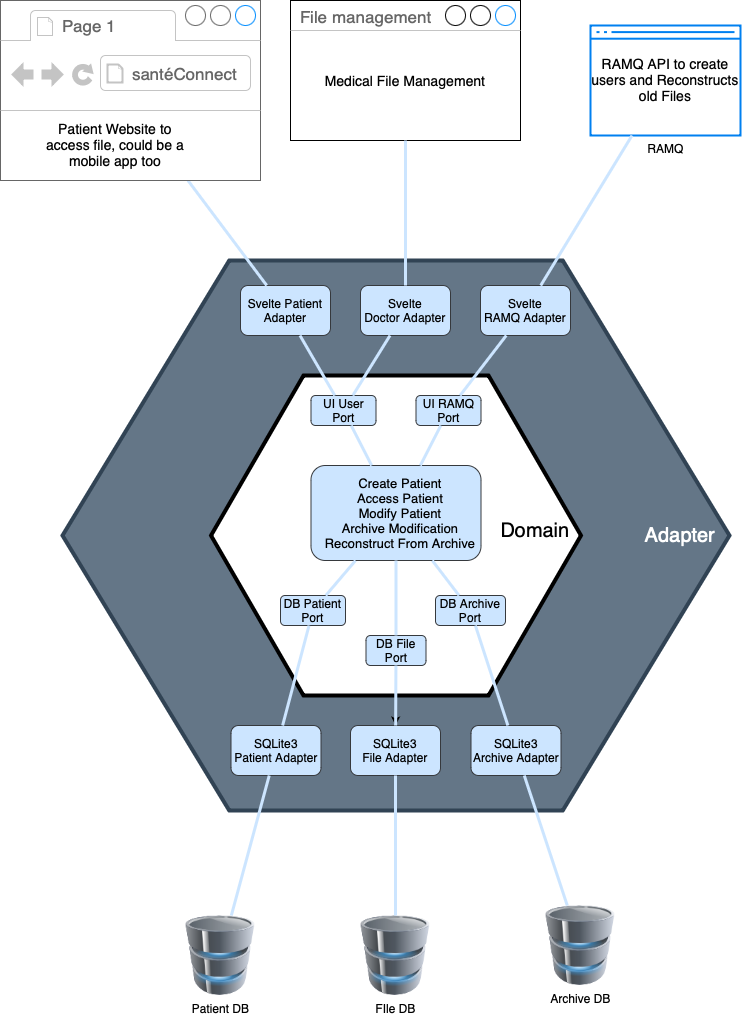
Earlier version of the draw.io export misc/images/system-architecture.png (KevenJAntenor/Quebec-Centralized-Medical-Record-System). Source tidied: cells renumbered, new cells last; positions are measured from the earlier drawing's top-left corner, leaving out a move shared by most shapes. Its diagram source:
```xml
<mxGraphModel>
  <root>
    <mxCell id="0" />
    <mxCell id="1" parent="0" />
    <mxCell id="2" style="shape=hexagon;strokeWidth=4;html=1;fillColor=#647687;strokeColor=#314354;shadow=0;fontSize=10;fontColor=#ffffff;align=center;fontStyle=0;whiteSpace=wrap;spacing=10;rounded=0;" parent="1" vertex="1">
      <mxGeometry x="62" y="260" width="667" height="550" as="geometry" />
    </mxCell>
    <mxCell id="3" style="shape=hexagon;strokeWidth=4;html=1;shadow=0;fontSize=10;align=center;fontStyle=0;whiteSpace=wrap;spacing=10;rounded=0;" parent="1" vertex="1">
      <mxGeometry x="210.5" y="375" width="370" height="320" as="geometry" />
    </mxCell>
    <mxCell id="4" value="Adapter" style="text;html=1;align=center;verticalAlign=middle;whiteSpace=wrap;rounded=0;fontSize=20;fontColor=#FFFFFF;" parent="1" vertex="1">
      <mxGeometry x="650" y="520" width="60" height="30" as="geometry" />
    </mxCell>
    <mxCell id="5" value="Domain" style="text;html=1;align=center;verticalAlign=middle;whiteSpace=wrap;rounded=0;fontSize=20;fontColor=#000000;" parent="1" vertex="1">
      <mxGeometry x="505" y="515" width="60" height="30" as="geometry" />
    </mxCell>
    <mxCell id="6" value="RAMQ" style="html=1;verticalLabelPosition=bottom;align=center;labelBackgroundColor=#ffffff;verticalAlign=top;strokeWidth=2;strokeColor=#0080F0;shadow=0;dashed=0;shape=mxgraph.ios7.icons.window;" parent="1" vertex="1">
      <mxGeometry x="590" y="25" width="150" height="110" as="geometry" />
    </mxCell>
    <mxCell id="7" value="File management" style="strokeWidth=1;shadow=0;dashed=0;align=center;html=1;shape=mxgraph.mockup.containers.window;align=left;verticalAlign=top;spacingLeft=8;strokeColor2=#008cff;strokeColor3=#c4c4c4;fontColor=#666666;mainText=;fontSize=17;labelBackgroundColor=none;whiteSpace=wrap;" parent="1" vertex="1">
      <mxGeometry x="290" width="230" height="140" as="geometry" />
    </mxCell>
    <mxCell id="8" value="Svelte Patient Adapter" style="rounded=1;whiteSpace=wrap;html=1;fillColor=#cce5ff;strokeColor=#36393d;" parent="1" vertex="1">
      <mxGeometry x="240" y="285" width="90" height="50" as="geometry" />
    </mxCell>
    <mxCell id="9" style="endArrow=none;html=1;rounded=0;strokeWidth=3;strokeColor=#CCE5FF;" parent="1" edge="1" source="8" target="17">
      <mxGeometry relative="1" as="geometry" />
    </mxCell>
    <mxCell id="10" value="Svelte Doctor&amp;nbsp;&lt;span style=&quot;font-size: 12px;&quot;&gt;Adapter&lt;/span&gt;" style="rounded=1;whiteSpace=wrap;html=1;fillColor=#cce5ff;strokeColor=#36393d;" parent="1" vertex="1">
      <mxGeometry x="360" y="285" width="90" height="50" as="geometry" />
    </mxCell>
    <mxCell id="11" style="endArrow=none;html=1;rounded=0;strokeWidth=3;strokeColor=#CCE5FF;" parent="1" edge="1" source="10" target="7">
      <mxGeometry relative="1" as="geometry" />
    </mxCell>
    <mxCell id="12" value="Svelte RAMQ&amp;nbsp;&lt;span style=&quot;font-size: 12px;&quot;&gt;Adapter&lt;/span&gt;" style="rounded=1;whiteSpace=wrap;html=1;fillColor=#cce5ff;strokeColor=#36393d;" parent="1" vertex="1">
      <mxGeometry x="480" y="285" width="90" height="50" as="geometry" />
    </mxCell>
    <mxCell id="13" style="endArrow=none;html=1;rounded=0;strokeWidth=3;strokeColor=#CCE5FF;" parent="1" edge="1" source="12" target="6">
      <mxGeometry relative="1" as="geometry" />
    </mxCell>
    <mxCell id="14" value="SQLite3 Patient&amp;nbsp;&lt;span style=&quot;font-size: 12px;&quot;&gt;Adapter&lt;/span&gt;" style="rounded=1;whiteSpace=wrap;html=1;fillColor=#cce5ff;strokeColor=#36393d;" parent="1" vertex="1">
      <mxGeometry x="230.5" y="725" width="90" height="50" as="geometry" />
    </mxCell>
    <mxCell id="15" value="SQLite3 File&amp;nbsp;&lt;span style=&quot;font-size: 12px;&quot;&gt;Adapter&lt;/span&gt;" style="rounded=1;whiteSpace=wrap;html=1;fillColor=#cce5ff;strokeColor=#36393d;" parent="1" vertex="1">
      <mxGeometry x="350" y="725" width="90" height="50" as="geometry" />
    </mxCell>
    <mxCell id="16" value="SQLite3 Archive&amp;nbsp;&lt;span style=&quot;font-size: 12px;&quot;&gt;Adapter&lt;/span&gt;" style="rounded=1;whiteSpace=wrap;html=1;fillColor=#cce5ff;strokeColor=#36393d;" parent="1" vertex="1">
      <mxGeometry x="470.5" y="725" width="90" height="50" as="geometry" />
    </mxCell>
    <mxCell id="17" style="strokeWidth=1;shadow=0;dashed=0;align=center;html=1;shape=mxgraph.mockup.containers.browserWindow;rSize=0;strokeColor=#666666;strokeColor2=#008cff;strokeColor3=#c4c4c4;mainText=,;" parent="1" vertex="1">
      <mxGeometry width="240" height="180" as="geometry" />
    </mxCell>
    <mxCell id="18" value="Page 1" style="strokeWidth=1;shadow=0;dashed=0;align=center;html=1;shape=mxgraph.mockup.containers.anchor;fontSize=17;fontColor=#666666;align=left;whiteSpace=wrap;" parent="17" vertex="1">
      <mxGeometry x="60" y="12" width="110" height="26" as="geometry" />
    </mxCell>
    <mxCell id="19" value="santéConnect" style="strokeWidth=1;shadow=0;dashed=0;align=center;html=1;shape=mxgraph.mockup.containers.anchor;rSize=0;fontSize=17;fontColor=#666666;align=left;" parent="17" vertex="1">
      <mxGeometry x="130" y="60" width="250" height="26" as="geometry" />
    </mxCell>
    <mxCell id="20" value="Patient Website to access file, could be a mobile app too" style="text;html=1;align=center;verticalAlign=middle;whiteSpace=wrap;rounded=0;fontSize=14;" parent="17" vertex="1">
      <mxGeometry x="40.1" y="107.5" width="149.8" height="72.5" as="geometry" />
    </mxCell>
    <mxCell id="21" value="Patient DB" style="image;html=1;image=img/lib/clip_art/computers/Database_128x128.png;" parent="1" vertex="1">
      <mxGeometry x="180" y="915" width="80" height="80" as="geometry" />
    </mxCell>
    <mxCell id="22" value="FIle DB" style="image;html=1;image=img/lib/clip_art/computers/Database_128x128.png;" parent="1" vertex="1">
      <mxGeometry x="355" y="915" width="80" height="80" as="geometry" />
    </mxCell>
    <mxCell id="23" value="Archive DB" style="image;html=1;image=img/lib/clip_art/computers/Database_128x128.png;" parent="1" vertex="1">
      <mxGeometry x="540" y="905" width="80" height="80" as="geometry" />
    </mxCell>
    <mxCell id="24" style="endArrow=none;html=1;rounded=0;strokeWidth=3;strokeColor=#CCE5FF;" parent="1" edge="1" source="21" target="14">
      <mxGeometry relative="1" as="geometry" />
    </mxCell>
    <mxCell id="25" style="endArrow=none;html=1;rounded=0;strokeWidth=3;strokeColor=#CCE5FF;" parent="1" edge="1" source="22" target="15">
      <mxGeometry relative="1" as="geometry" />
    </mxCell>
    <mxCell id="26" style="endArrow=none;html=1;rounded=0;strokeWidth=3;strokeColor=#CCE5FF;" parent="1" edge="1" source="23" target="16">
      <mxGeometry relative="1" as="geometry" />
    </mxCell>
    <mxCell id="27" value="DB Patient Port" style="rounded=1;whiteSpace=wrap;html=1;fillColor=#cce5ff;strokeColor=#36393d;" parent="1" vertex="1">
      <mxGeometry x="280" y="595" width="65" height="30" as="geometry" />
    </mxCell>
    <mxCell id="28" style="edgeStyle=orthogonalEdgeStyle;rounded=0;jettySize=auto;html=1;" parent="1" edge="1" source="29" target="15">
      <mxGeometry relative="1" as="geometry" />
    </mxCell>
    <mxCell id="29" value="DB File Port" style="rounded=1;whiteSpace=wrap;html=1;fillColor=#cce5ff;strokeColor=#36393d;" parent="1" vertex="1">
      <mxGeometry x="365.5" y="635" width="60" height="30" as="geometry" />
    </mxCell>
    <mxCell id="30" value="DB Archive Port" style="rounded=1;whiteSpace=wrap;html=1;fillColor=#cce5ff;strokeColor=#36393d;" parent="1" vertex="1">
      <mxGeometry x="435" y="595" width="70" height="30" as="geometry" />
    </mxCell>
    <mxCell id="31" value="UI User Port" style="rounded=1;whiteSpace=wrap;html=1;fillColor=#cce5ff;strokeColor=#36393d;" parent="1" vertex="1">
      <mxGeometry x="310.5" y="395" width="65" height="30" as="geometry" />
    </mxCell>
    <mxCell id="32" value="UI RAMQ Port" style="rounded=1;whiteSpace=wrap;html=1;fillColor=#cce5ff;strokeColor=#36393d;" parent="1" vertex="1">
      <mxGeometry x="415.5" y="395" width="65" height="30" as="geometry" />
    </mxCell>
    <mxCell id="33" style="edgeStyle=orthogonalEdgeStyle;rounded=0;orthogonalLoop=1;jettySize=auto;html=1;exitX=0.5;exitY=1;exitDx=0;exitDy=0;" parent="1" edge="1" source="32" target="32">
      <mxGeometry relative="1" as="geometry" />
    </mxCell>
    <mxCell id="34" style="endArrow=none;html=1;rounded=0;strokeWidth=3;strokeColor=#CCE5FF;" parent="1" edge="1" source="12" target="32">
      <mxGeometry relative="1" as="geometry" />
    </mxCell>
    <mxCell id="35" style="endArrow=none;html=1;rounded=0;strokeWidth=3;strokeColor=#CCE5FF;" parent="1" edge="1" source="10" target="31">
      <mxGeometry relative="1" as="geometry" />
    </mxCell>
    <mxCell id="36" style="endArrow=none;html=1;rounded=0;strokeWidth=3;strokeColor=#CCE5FF;" parent="1" edge="1" source="8" target="31">
      <mxGeometry relative="1" as="geometry" />
    </mxCell>
    <mxCell id="37" style="rounded=1;whiteSpace=wrap;html=1;fillColor=#cce5ff;strokeColor=#36393d;" parent="1" vertex="1">
      <mxGeometry x="310.5" y="465" width="170" height="95" as="geometry" />
    </mxCell>
    <mxCell id="38" style="endArrow=none;html=1;rounded=0;strokeWidth=3;strokeColor=#CCE5FF;" parent="1" edge="1" source="37" target="31">
      <mxGeometry relative="1" as="geometry" />
    </mxCell>
    <mxCell id="39" style="endArrow=none;html=1;rounded=0;strokeWidth=3;strokeColor=#CCE5FF;" parent="1" edge="1" source="37" target="32">
      <mxGeometry relative="1" as="geometry" />
    </mxCell>
    <mxCell id="40" value="Create Patient&lt;div style=&quot;font-size: 13px;&quot;&gt;Access Patient&lt;/div&gt;&lt;div style=&quot;font-size: 13px;&quot;&gt;Modify Patient&lt;/div&gt;&lt;div style=&quot;font-size: 13px;&quot;&gt;Archive Modification&lt;/div&gt;&lt;div style=&quot;font-size: 13px;&quot;&gt;Reconstruct From Archive&lt;/div&gt;" style="text;html=1;align=center;verticalAlign=middle;whiteSpace=wrap;rounded=0;fontSize=13;fontColor=#000000;" parent="1" vertex="1">
      <mxGeometry x="295" y="497.5" width="210" height="30" as="geometry" />
    </mxCell>
    <mxCell id="41" style="endArrow=none;html=1;rounded=0;strokeWidth=3;strokeColor=#CCE5FF;" parent="1" edge="1" source="37" target="27">
      <mxGeometry relative="1" as="geometry" />
    </mxCell>
    <mxCell id="42" style="endArrow=none;html=1;rounded=0;strokeWidth=3;strokeColor=#CCE5FF;" parent="1" edge="1" source="14" target="27">
      <mxGeometry relative="1" as="geometry" />
    </mxCell>
    <mxCell id="43" style="endArrow=none;html=1;rounded=0;strokeWidth=3;strokeColor=#CCE5FF;" parent="1" edge="1" source="15" target="29">
      <mxGeometry relative="1" as="geometry" />
    </mxCell>
    <mxCell id="44" style="endArrow=none;html=1;rounded=0;strokeWidth=3;strokeColor=#CCE5FF;" parent="1" edge="1" source="16" target="30">
      <mxGeometry relative="1" as="geometry" />
    </mxCell>
    <mxCell id="45" style="endArrow=none;html=1;rounded=0;strokeWidth=3;strokeColor=#CCE5FF;" parent="1" edge="1" source="30" target="37">
      <mxGeometry relative="1" as="geometry" />
    </mxCell>
    <mxCell id="46" style="endArrow=none;html=1;rounded=0;strokeWidth=3;strokeColor=#CCE5FF;" parent="1" edge="1" source="29" target="37">
      <mxGeometry relative="1" as="geometry" />
    </mxCell>
    <mxCell id="47" value="Medical File Management" style="text;html=1;align=center;verticalAlign=middle;whiteSpace=wrap;rounded=0;fontSize=14;" parent="1" vertex="1">
      <mxGeometry x="310.2" y="42.5" width="189.5" height="75" as="geometry" />
    </mxCell>
    <mxCell id="48" value="RAMQ API to create users and Reconstructs old Files" style="text;html=1;align=center;verticalAlign=middle;whiteSpace=wrap;rounded=0;fontSize=14;" parent="1" vertex="1">
      <mxGeometry x="590.2" y="42.5" width="149.8" height="72.5" as="geometry" />
    </mxCell>
  </root>
</mxGraphModel>
```
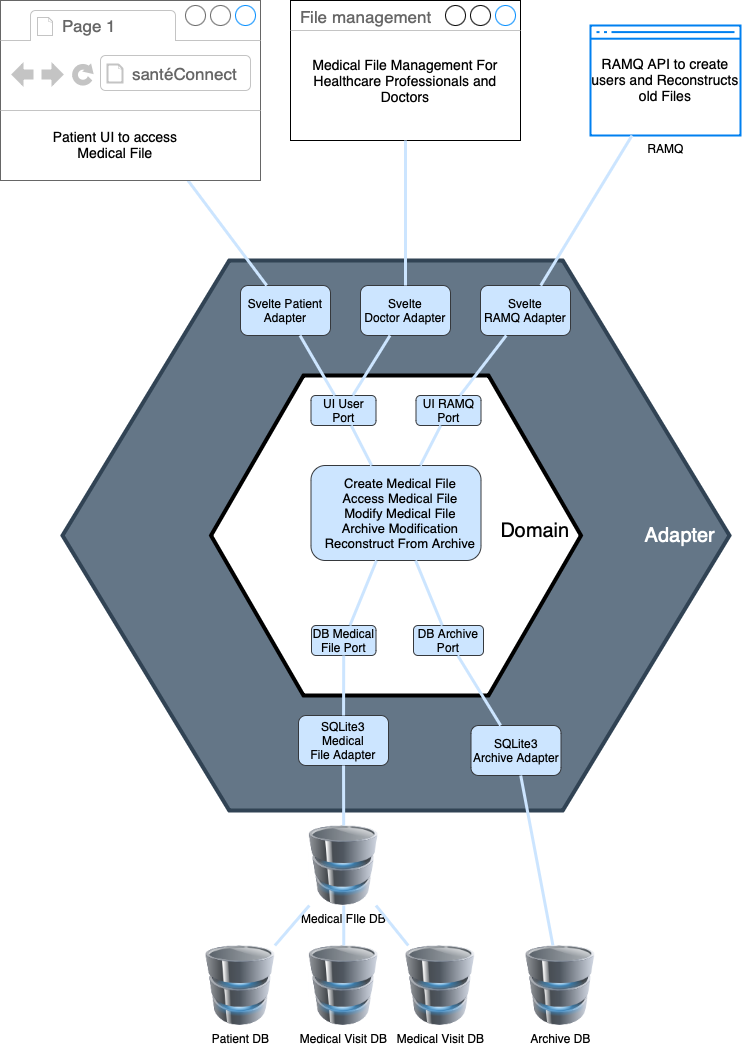
The same diagram one commit later.

Commit message:
Fix system architecute png

What changed in the source:
```diff
@@ -38,11 +38,8 @@
     <mxCell id="13" style="endArrow=none;html=1;rounded=0;strokeWidth=3;strokeColor=#CCE5FF;" parent="1" edge="1" source="12" target="6">
       <mxGeometry relative="1" as="geometry" />
     </mxCell>
-    <mxCell id="14" value="SQLite3 Patient&amp;nbsp;&lt;span style=&quot;font-size: 12px;&quot;&gt;Adapter&lt;/span&gt;" style="rounded=1;whiteSpace=wrap;html=1;fillColor=#cce5ff;strokeColor=#36393d;" parent="1" vertex="1">
-      <mxGeometry x="230.5" y="725" width="90" height="50" as="geometry" />
-    </mxCell>
-    <mxCell id="15" value="SQLite3 File&amp;nbsp;&lt;span style=&quot;font-size: 12px;&quot;&gt;Adapter&lt;/span&gt;" style="rounded=1;whiteSpace=wrap;html=1;fillColor=#cce5ff;strokeColor=#36393d;" parent="1" vertex="1">
-      <mxGeometry x="350" y="725" width="90" height="50" as="geometry" />
+    <mxCell id="15" value="SQLite3 Medical File&amp;nbsp;&lt;span style=&quot;font-size: 12px;&quot;&gt;Adapter&lt;/span&gt;" style="rounded=1;whiteSpace=wrap;html=1;fillColor=#cce5ff;strokeColor=#36393d;" parent="1" vertex="1">
+      <mxGeometry x="298" y="715" width="90" height="50" as="geometry" />
     </mxCell>
     <mxCell id="16" value="SQLite3 Archive&amp;nbsp;&lt;span style=&quot;font-size: 12px;&quot;&gt;Adapter&lt;/span&gt;" style="rounded=1;whiteSpace=wrap;html=1;fillColor=#cce5ff;strokeColor=#36393d;" parent="1" vertex="1">
       <mxGeometry x="470.5" y="725" width="90" height="50" as="geometry" />
@@ -56,38 +53,26 @@
     <mxCell id="19" value="santéConnect" style="strokeWidth=1;shadow=0;dashed=0;align=center;html=1;shape=mxgraph.mockup.containers.anchor;rSize=0;fontSize=17;fontColor=#666666;align=left;" parent="17" vertex="1">
       <mxGeometry x="130" y="60" width="250" height="26" as="geometry" />
     </mxCell>
-    <mxCell id="20" value="Patient Website to access file, could be a mobile app too" style="text;html=1;align=center;verticalAlign=middle;whiteSpace=wrap;rounded=0;fontSize=14;" parent="17" vertex="1">
+    <mxCell id="20" value="Patient UI to access Medical File" style="text;html=1;align=center;verticalAlign=middle;whiteSpace=wrap;rounded=0;fontSize=14;" parent="17" vertex="1">
       <mxGeometry x="40.1" y="107.5" width="149.8" height="72.5" as="geometry" />
     </mxCell>
-    <mxCell id="21" value="Patient DB" style="image;html=1;image=img/lib/clip_art/computers/Database_128x128.png;" parent="1" vertex="1">
-      <mxGeometry x="180" y="915" width="80" height="80" as="geometry" />
-    </mxCell>
-    <mxCell id="22" value="FIle DB" style="image;html=1;image=img/lib/clip_art/computers/Database_128x128.png;" parent="1" vertex="1">
-      <mxGeometry x="355" y="915" width="80" height="80" as="geometry" />
+    <mxCell id="22" value="Medical FIle DB" style="image;html=1;image=img/lib/clip_art/computers/Database_128x128.png;" parent="1" vertex="1">
+      <mxGeometry x="303.2" y="825" width="80" height="80" as="geometry" />
     </mxCell>
     <mxCell id="23" value="Archive DB" style="image;html=1;image=img/lib/clip_art/computers/Database_128x128.png;" parent="1" vertex="1">
-      <mxGeometry x="540" y="905" width="80" height="80" as="geometry" />
+      <mxGeometry x="520" y="945" width="80" height="80" as="geometry" />
     </mxCell>
-    <mxCell id="24" style="endArrow=none;html=1;rounded=0;strokeWidth=3;strokeColor=#CCE5FF;" parent="1" edge="1" source="21" target="14">
-      <mxGeometry relative="1" as="geometry" />
-    </mxCell>
     <mxCell id="25" style="endArrow=none;html=1;rounded=0;strokeWidth=3;strokeColor=#CCE5FF;" parent="1" edge="1" source="22" target="15">
       <mxGeometry relative="1" as="geometry" />
     </mxCell>
     <mxCell id="26" style="endArrow=none;html=1;rounded=0;strokeWidth=3;strokeColor=#CCE5FF;" parent="1" edge="1" source="23" target="16">
       <mxGeometry relative="1" as="geometry" />
     </mxCell>
-    <mxCell id="27" value="DB Patient Port" style="rounded=1;whiteSpace=wrap;html=1;fillColor=#cce5ff;strokeColor=#36393d;" parent="1" vertex="1">
-      <mxGeometry x="280" y="595" width="65" height="30" as="geometry" />
-    </mxCell>
-    <mxCell id="28" style="edgeStyle=orthogonalEdgeStyle;rounded=0;jettySize=auto;html=1;" parent="1" edge="1" source="29" target="15">
-      <mxGeometry relative="1" as="geometry" />
-    </mxCell>
-    <mxCell id="29" value="DB File Port" style="rounded=1;whiteSpace=wrap;html=1;fillColor=#cce5ff;strokeColor=#36393d;" parent="1" vertex="1">
-      <mxGeometry x="365.5" y="635" width="60" height="30" as="geometry" />
+    <mxCell id="29" value="DB Medical File Port" style="rounded=1;whiteSpace=wrap;html=1;fillColor=#cce5ff;strokeColor=#36393d;" parent="1" vertex="1">
+      <mxGeometry x="311" y="625" width="64.5" height="30" as="geometry" />
     </mxCell>
     <mxCell id="30" value="DB Archive Port" style="rounded=1;whiteSpace=wrap;html=1;fillColor=#cce5ff;strokeColor=#36393d;" parent="1" vertex="1">
-      <mxGeometry x="435" y="595" width="70" height="30" as="geometry" />
+      <mxGeometry x="413" y="625" width="70" height="30" as="geometry" />
     </mxCell>
     <mxCell id="31" value="UI User Port" style="rounded=1;whiteSpace=wrap;html=1;fillColor=#cce5ff;strokeColor=#36393d;" parent="1" vertex="1">
       <mxGeometry x="310.5" y="395" width="65" height="30" as="geometry" />
@@ -116,15 +101,9 @@
     <mxCell id="39" style="endArrow=none;html=1;rounded=0;strokeWidth=3;strokeColor=#CCE5FF;" parent="1" edge="1" source="37" target="32">
       <mxGeometry relative="1" as="geometry" />
     </mxCell>
-    <mxCell id="40" value="Create Patient&lt;div style=&quot;font-size: 13px;&quot;&gt;Access Patient&lt;/div&gt;&lt;div style=&quot;font-size: 13px;&quot;&gt;Modify Patient&lt;/div&gt;&lt;div style=&quot;font-size: 13px;&quot;&gt;Archive Modification&lt;/div&gt;&lt;div style=&quot;font-size: 13px;&quot;&gt;Reconstruct From Archive&lt;/div&gt;" style="text;html=1;align=center;verticalAlign=middle;whiteSpace=wrap;rounded=0;fontSize=13;fontColor=#000000;" parent="1" vertex="1">
+    <mxCell id="40" value="Create Medical File&lt;div style=&quot;font-size: 13px;&quot;&gt;Access Medical File&lt;/div&gt;&lt;div style=&quot;font-size: 13px;&quot;&gt;Modify Medical File&lt;/div&gt;&lt;div style=&quot;font-size: 13px;&quot;&gt;Archive Modification&lt;/div&gt;&lt;div style=&quot;font-size: 13px;&quot;&gt;Reconstruct From Archive&lt;/div&gt;" style="text;html=1;align=center;verticalAlign=middle;whiteSpace=wrap;rounded=0;fontSize=13;fontColor=#000000;" parent="1" vertex="1">
       <mxGeometry x="295" y="497.5" width="210" height="30" as="geometry" />
     </mxCell>
-    <mxCell id="41" style="endArrow=none;html=1;rounded=0;strokeWidth=3;strokeColor=#CCE5FF;" parent="1" edge="1" source="37" target="27">
-      <mxGeometry relative="1" as="geometry" />
-    </mxCell>
-    <mxCell id="42" style="endArrow=none;html=1;rounded=0;strokeWidth=3;strokeColor=#CCE5FF;" parent="1" edge="1" source="14" target="27">
-      <mxGeometry relative="1" as="geometry" />
-    </mxCell>
     <mxCell id="43" style="endArrow=none;html=1;rounded=0;strokeWidth=3;strokeColor=#CCE5FF;" parent="1" edge="1" source="15" target="29">
       <mxGeometry relative="1" as="geometry" />
     </mxCell>
@@ -137,11 +116,29 @@
     <mxCell id="46" style="endArrow=none;html=1;rounded=0;strokeWidth=3;strokeColor=#CCE5FF;" parent="1" edge="1" source="29" target="37">
       <mxGeometry relative="1" as="geometry" />
     </mxCell>
-    <mxCell id="47" value="Medical File Management" style="text;html=1;align=center;verticalAlign=middle;whiteSpace=wrap;rounded=0;fontSize=14;" parent="1" vertex="1">
+    <mxCell id="47" value="Medical File Management For Healthcare Professionals and Doctors" style="text;html=1;align=center;verticalAlign=middle;whiteSpace=wrap;rounded=0;fontSize=14;" parent="1" vertex="1">
       <mxGeometry x="310.2" y="42.5" width="189.5" height="75" as="geometry" />
     </mxCell>
     <mxCell id="48" value="RAMQ API to create users and Reconstructs old Files" style="text;html=1;align=center;verticalAlign=middle;whiteSpace=wrap;rounded=0;fontSize=14;" parent="1" vertex="1">
       <mxGeometry x="590.2" y="42.5" width="149.8" height="72.5" as="geometry" />
     </mxCell>
+    <mxCell id="21" value="Patient DB" style="image;html=1;image=img/lib/clip_art/computers/Database_128x128.png;" parent="1" vertex="1">
+      <mxGeometry x="200" y="945" width="80" height="80" as="geometry" />
+    </mxCell>
+    <mxCell id="49" value="Medical Visit DB" style="image;html=1;image=img/lib/clip_art/computers/Database_128x128.png;" parent="1" vertex="1">
+      <mxGeometry x="303.2" y="945" width="80" height="80" as="geometry" />
+    </mxCell>
+    <mxCell id="50" value="Medical Visit DB" style="image;html=1;image=img/lib/clip_art/computers/Database_128x128.png;" parent="1" vertex="1">
+      <mxGeometry x="400" y="945" width="80" height="80" as="geometry" />
+    </mxCell>
+    <mxCell id="51" style="endArrow=none;html=1;rounded=0;strokeWidth=3;strokeColor=#CCE5FF;" parent="1" edge="1" source="22" target="21">
+      <mxGeometry relative="1" as="geometry" />
+    </mxCell>
+    <mxCell id="52" style="endArrow=none;html=1;rounded=0;strokeWidth=3;strokeColor=#CCE5FF;" parent="1" edge="1" source="22" target="49">
+      <mxGeometry relative="1" as="geometry" />
+    </mxCell>
+    <mxCell id="53" style="endArrow=none;html=1;rounded=0;strokeWidth=3;strokeColor=#CCE5FF;" parent="1" edge="1" source="22" target="50">
+      <mxGeometry relative="1" as="geometry" />
+    </mxCell>
   </root>
 </mxGraphModel>
```
